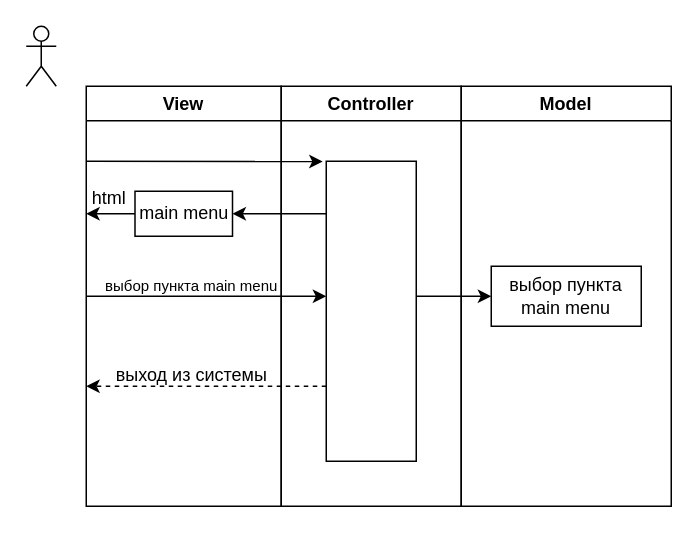
Above: main_menu_diag.drawio in Ho1j/DB_course_project (draw.io), before the change. Source tidied: cells renumbered, new cells numbered last; positions are measured from the earlier drawing's top-left corner, leaving out a move shared by most shapes. Both pictures are drawn from the tidied source at 150%, with x=0, y=0 at pixel (26, 26).
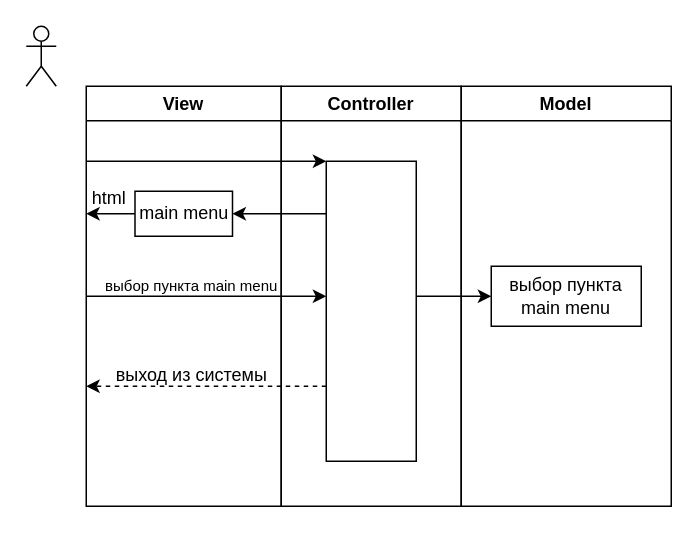
The same diagram, later.

Unchanged cells that the change refers to:
```xml
<mxCell id="2" value="View" style="swimlane;whiteSpace=wrap;html=1;" parent="1" vertex="1">
  <mxGeometry x="40" y="40" width="130" height="280" as="geometry" />
</mxCell>
<mxCell id="12" style="rounded=0;whiteSpace=wrap;html=1;" parent="11" vertex="1">
  <mxGeometry x="30" y="50" width="60" height="200" as="geometry" />
</mxCell>
```

What changed in the source:
```diff
@@
-    <mxCell id="3" style="endArrow=classic;html=1;rounded=0;entryX=-0.04;entryY=0.001;entryDx=0;entryDy=0;entryPerimeter=0;" parent="2" edge="1" target="12">
+    <mxCell id="3" style="endArrow=classic;html=1;rounded=0;entryX=0;entryY=0;entryDx=0;entryDy=0;" parent="2" edge="1" target="12">
       <mxGeometry relative="1" as="geometry">
         <mxPoint y="50" as="sourcePoint" />
       </mxGeometry>
     </mxCell>
```
